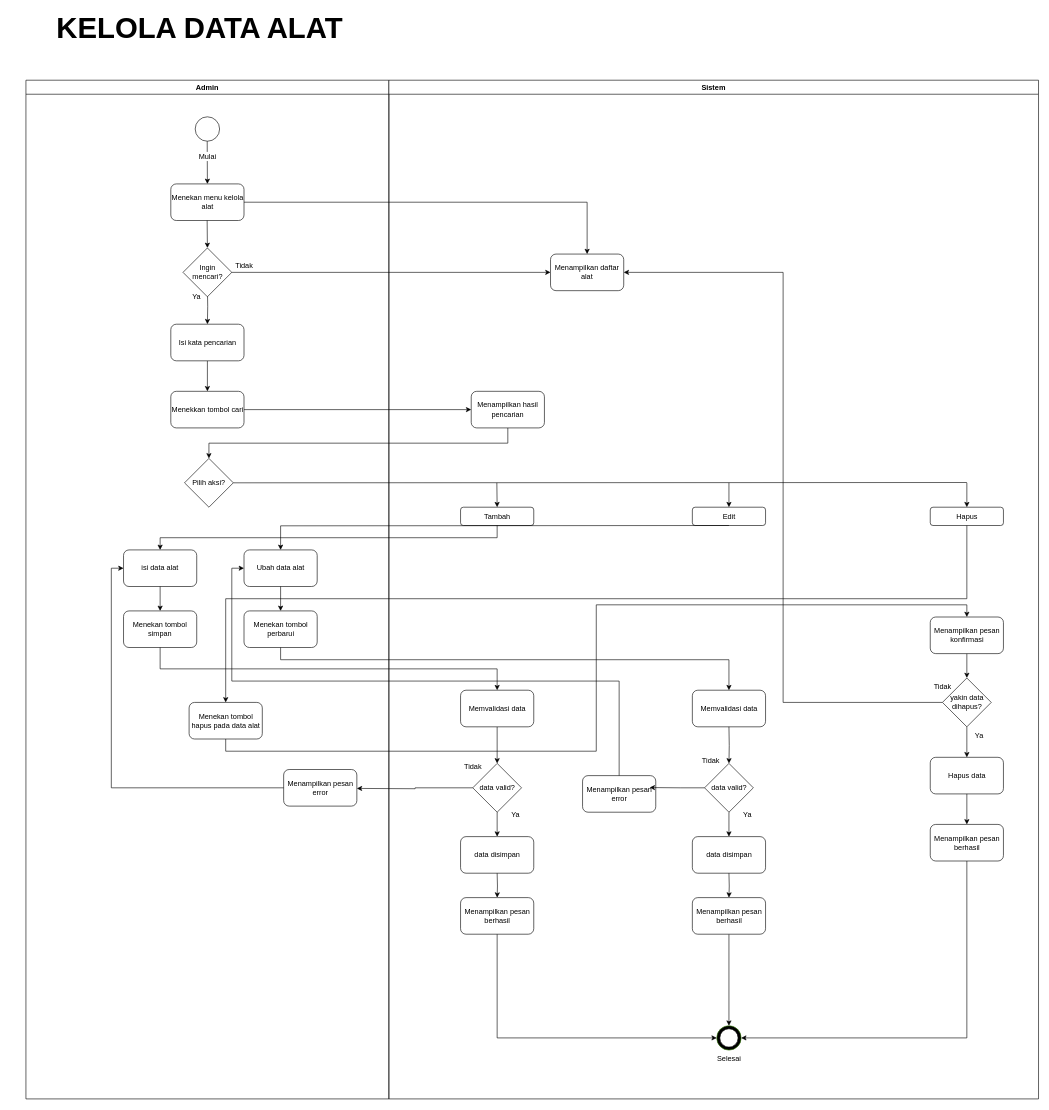
Earlier version of the draw.io diagram page "Kelola data alat" (5 of 11) of Diagram Tanpa Judul.drawio (sintaannisa/Aplikasi-Peminjaman-Alat). Source tidied: cells renumbered, new cells numbered last; positions are measured from the earlier drawing's top-left corner, leaving out a move shared by most shapes. Both pictures are drawn from the tidied source at 61%, with x=0, y=0 at pixel (10, 19).
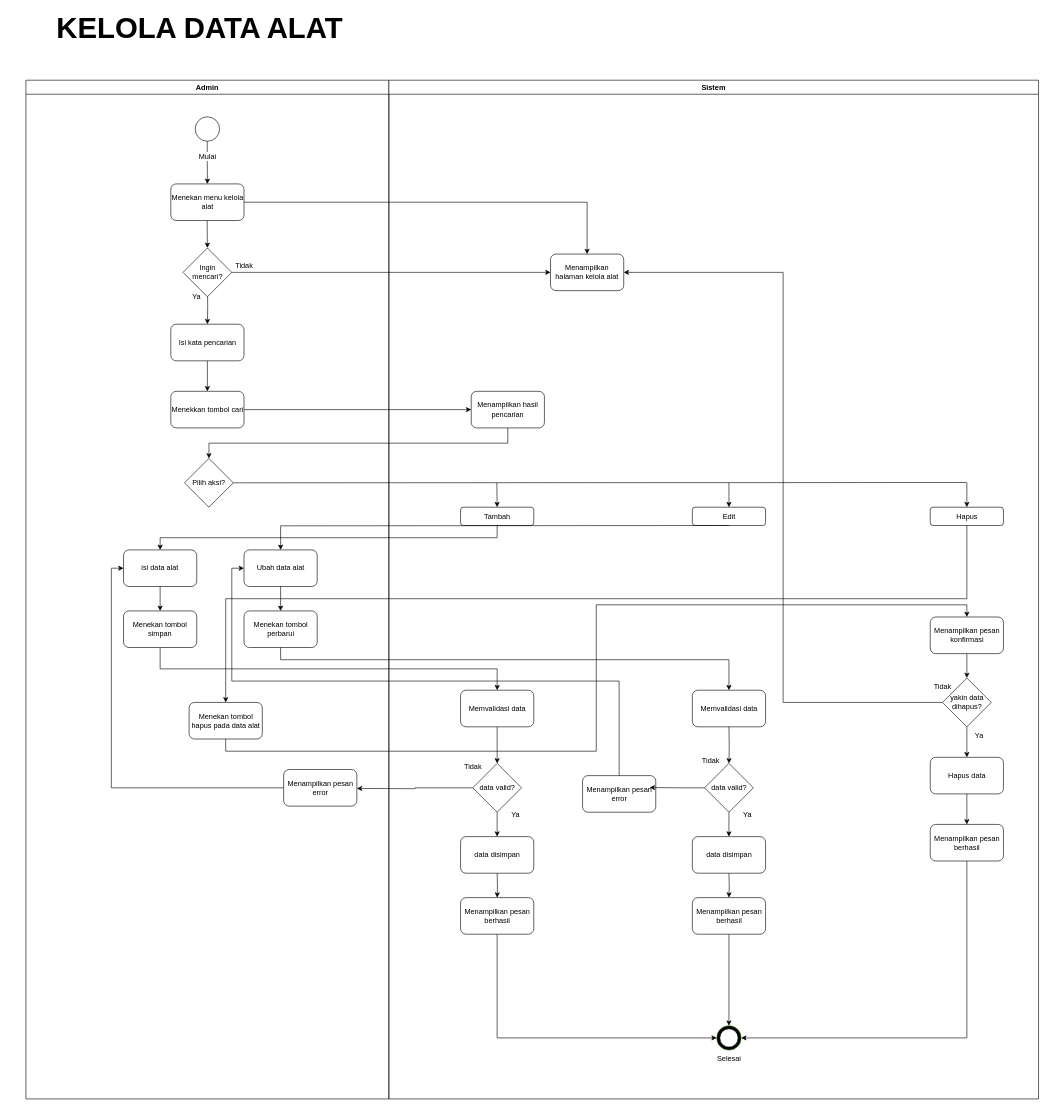
Above is the later version.

The change refers to these unchanged cells:
```xml
<mxCell id="20" value="Sistem" style="swimlane;whiteSpace=wrap;html=1;" parent="1" vertex="1">
  <mxGeometry x="620" y="100" width="1065" height="1670" as="geometry" />
</mxCell>
```

What changed in the source:
```diff
@@
-    <mxCell id="21" value="Menampilkan daftar alat" style="rounded=1;whiteSpace=wrap;html=1;" parent="20" vertex="1">
+    <mxCell id="21" value="Menampilkan halaman kelola alat" style="rounded=1;whiteSpace=wrap;html=1;" parent="20" vertex="1">
       <mxGeometry x="265" y="285" width="120" height="60" as="geometry" />
     </mxCell>
```
